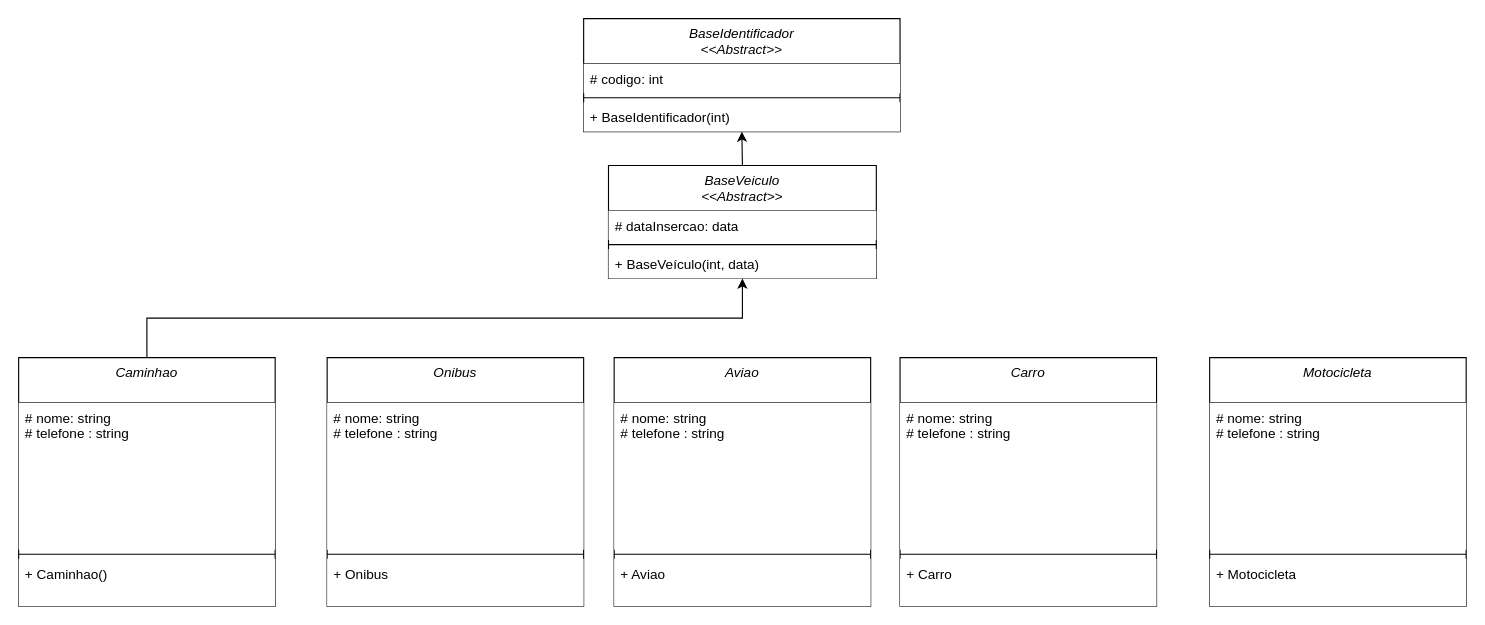
Earlier version of the draw.io diagram Diagrama sem nome.drawio (LipeCoelho21/atividade-05). Source tidied: cells renumbered, new cells numbered last; positions are measured from the earlier drawing's top-left corner, leaving out a move shared by most shapes. Both pictures are drawn from the tidied source at 113%, with x=0, y=0 at pixel (18, 18).
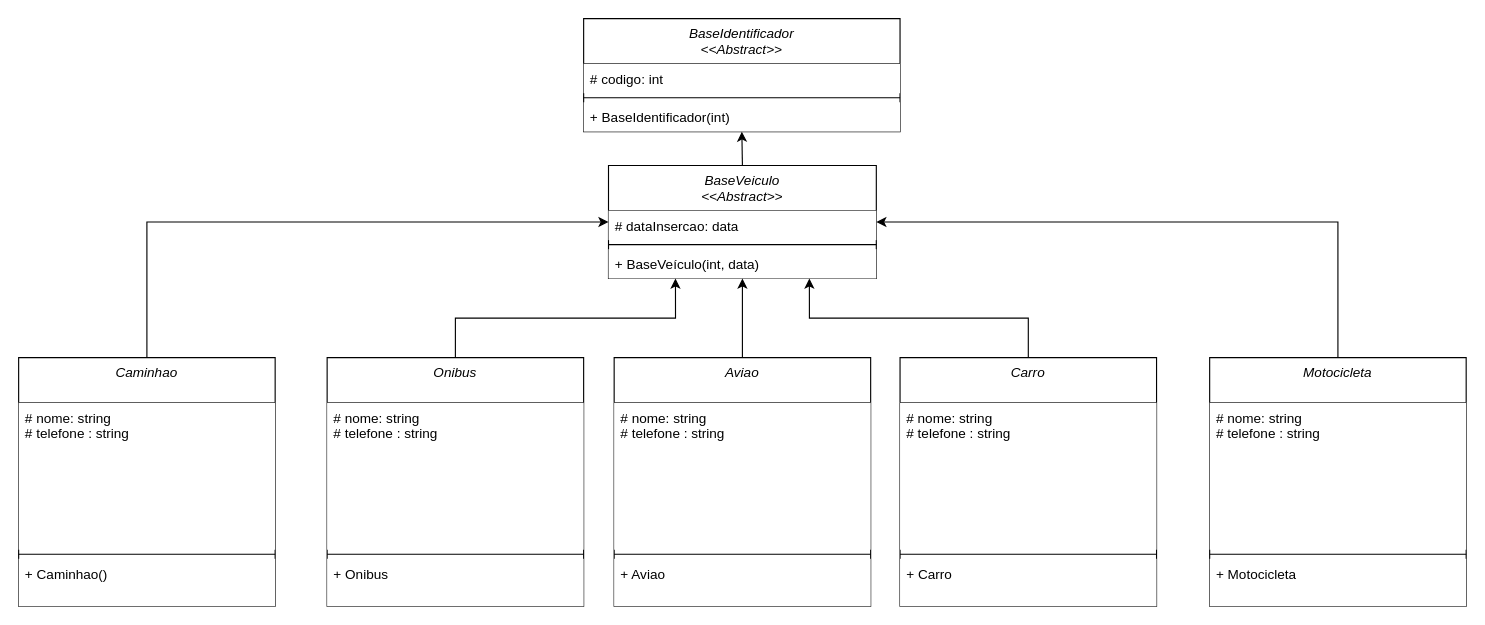
The same page after the edit.

Unchanged cells that the change refers to:
```xml
<mxCell id="7" value="BaseVeiculo&#10;&lt;&lt;Abstract&gt;&gt;" style="swimlane;fontStyle=2;align=center;verticalAlign=top;horizontal=1;startSize=40;rounded=0;shadow=0;strokeWidth=1;fillColor=default;strokeColor=default;swimlaneLine=1;perimeterSpacing=0;" parent="1" vertex="1">
  <mxGeometry x="522" y="130" width="237" height="100" as="geometry" />
</mxCell>
<mxCell id="12" value="Caminhao" style="swimlane;fontStyle=2;align=center;verticalAlign=top;horizontal=1;startSize=40;rounded=0;shadow=0;strokeWidth=1;" parent="1" vertex="1">
  <mxGeometry y="300" width="227" height="220" as="geometry" />
</mxCell>
<mxCell id="16" value="Carro&#10;" style="swimlane;fontStyle=2;align=center;verticalAlign=top;horizontal=1;startSize=40;rounded=0;shadow=0;strokeWidth=1;" parent="1" vertex="1">
  <mxGeometry x="780" y="300" width="227" height="220" as="geometry" />
</mxCell>
<mxCell id="20" value="Onibus" style="swimlane;fontStyle=2;align=center;verticalAlign=top;horizontal=1;startSize=40;rounded=0;shadow=0;strokeWidth=1;" parent="1" vertex="1">
  <mxGeometry x="273" y="300" width="227" height="220" as="geometry" />
</mxCell>
<mxCell id="24" value="Motocicleta&#10;" style="swimlane;fontStyle=2;align=center;verticalAlign=top;horizontal=1;startSize=40;rounded=0;shadow=0;strokeWidth=1;" parent="1" vertex="1">
  <mxGeometry x="1054" y="300" width="227" height="220" as="geometry" />
</mxCell>
<mxCell id="28" value="Aviao&#10;" style="swimlane;fontStyle=2;align=center;verticalAlign=top;horizontal=1;startSize=40;rounded=0;shadow=0;strokeWidth=1;" parent="1" vertex="1">
  <mxGeometry x="527" y="300" width="227" height="220" as="geometry" />
</mxCell>
```

What changed in the source:
```diff
@@
-    <mxCell id="11" style="edgeStyle=orthogonalEdgeStyle;rounded=0;jettySize=auto;html=1;exitX=0.5;exitY=0;exitDx=0;exitDy=0;entryX=0.5;entryY=1;entryDx=0;entryDy=0;" parent="1" edge="1" source="12" target="7">
+    <mxCell id="11" style="edgeStyle=orthogonalEdgeStyle;rounded=0;jettySize=auto;html=1;exitX=0.5;exitY=0;exitDx=0;exitDy=0;entryX=0;entryY=0.5;entryDx=0;entryDy=0;" parent="1" edge="1" source="12" target="7">
       <mxGeometry relative="1" as="geometry" />
     </mxCell>
@@
+    <mxCell id="32" style="edgeStyle=orthogonalEdgeStyle;rounded=0;jettySize=auto;html=1;exitX=0.5;exitY=0;exitDx=0;exitDy=0;entryX=0.75;entryY=1;entryDx=0;entryDy=0;" parent="1" edge="1" source="16" target="7">
+      <mxGeometry relative="1" as="geometry" />
+    </mxCell>
@@
+    <mxCell id="33" style="edgeStyle=orthogonalEdgeStyle;rounded=0;jettySize=auto;html=1;exitX=0.5;exitY=0;exitDx=0;exitDy=0;entryX=0.25;entryY=1;entryDx=0;entryDy=0;" parent="1" edge="1" source="20" target="7">
+      <mxGeometry relative="1" as="geometry" />
+    </mxCell>
@@
+    <mxCell id="34" style="edgeStyle=orthogonalEdgeStyle;rounded=0;jettySize=auto;html=1;exitX=0.5;exitY=0;exitDx=0;exitDy=0;entryX=1;entryY=0.5;entryDx=0;entryDy=0;" parent="1" edge="1" source="24" target="7">
+      <mxGeometry relative="1" as="geometry" />
+    </mxCell>
@@
+    <mxCell id="35" style="edgeStyle=orthogonalEdgeStyle;rounded=0;jettySize=auto;html=1;exitX=0.5;exitY=0;exitDx=0;exitDy=0;entryX=0.5;entryY=1;entryDx=0;entryDy=0;" parent="1" edge="1" source="28" target="7">
+      <mxGeometry relative="1" as="geometry" />
+    </mxCell>
```
